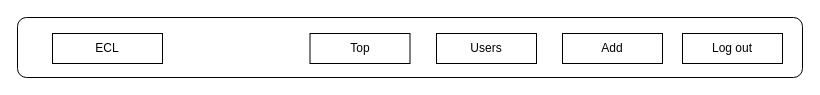
Before: ワイヤーフレーム/admin/admin_header.drawio in ecl11/ECL, a draw.io diagram. Source tidied: cells renumbered, new cells numbered last; positions are measured from the earlier drawing's top-left corner, leaving out a move shared by most shapes. Both pictures are drawn from the tidied source at 100%, with x=0, y=0 at pixel (17, 17).
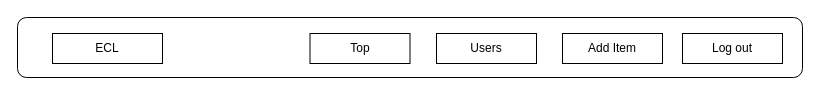
Above is the later version.

Diff of the diagram source:
```diff
@@
 <mxGraphModel>
   <root>
     <mxCell id="0" />
     <mxCell id="1" parent="0" />
     <mxCell id="2" style="rounded=1;whiteSpace=wrap;html=1;" parent="1" vertex="1">
       <mxGeometry width="785" height="60" as="geometry" />
     </mxCell>
     <mxCell id="3" value="ECL" style="rounded=0;whiteSpace=wrap;html=1;" parent="1" vertex="1">
       <mxGeometry x="35" y="16" width="110" height="30" as="geometry" />
     </mxCell>
     <mxCell id="4" value="Top" style="rounded=0;whiteSpace=wrap;html=1;" parent="1" vertex="1">
       <mxGeometry x="292.5" y="16" width="100" height="30" as="geometry" />
     </mxCell>
-    <mxCell id="5" value="Add" style="rounded=0;whiteSpace=wrap;html=1;" parent="1" vertex="1">
+    <mxCell id="5" value="Add Item" style="rounded=0;whiteSpace=wrap;html=1;" parent="1" vertex="1">
       <mxGeometry x="545" y="16" width="100" height="30" as="geometry" />
     </mxCell>
     <mxCell id="6" value="Log out" style="rounded=0;whiteSpace=wrap;html=1;" parent="1" vertex="1">
       <mxGeometry x="665" y="16" width="100" height="30" as="geometry" />
     </mxCell>
     <mxCell id="7" value="Users" style="rounded=0;whiteSpace=wrap;html=1;" parent="1" vertex="1">
       <mxGeometry x="419" y="16" width="100" height="30" as="geometry" />
     </mxCell>
   </root>
 </mxGraphModel>
```
